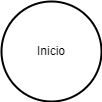
Before: unidad-1/tareas/Tarea3/images/diagrama-tarea3-06.png, a diagram exported from draw.io (mackstm/programacion). Source tidied: cells renumbered, new cells last; positions are measured from the earlier drawing's top-left corner, leaving out a move shared by most shapes. The source it was exported from:
```xml
<mxGraphModel>
  <root>
    <mxCell id="0" />
    <mxCell id="1" parent="0" />
    <mxCell id="2" value="Inicio" style="strokeWidth=2;html=1;shape=mxgraph.flowchart.start_2;whiteSpace=wrap;" parent="1" vertex="1">
      <mxGeometry width="100" height="100" as="geometry" />
    </mxCell>
  </root>
</mxGraphModel>
```
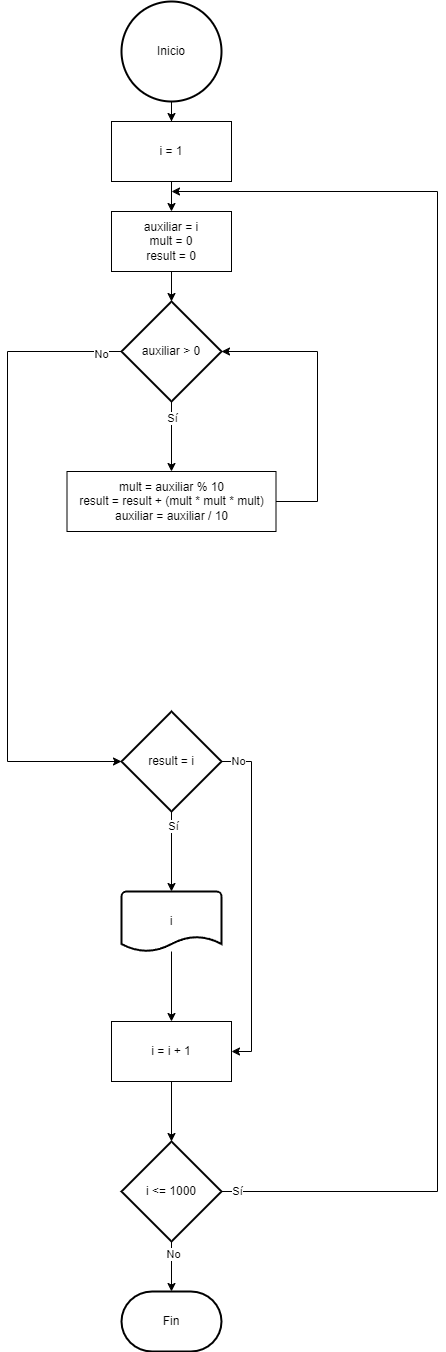
The same file after the commit.

The edit, as a diff of the source:
```diff
@@ -2,8 +2,105 @@
   <root>
     <mxCell id="0" />
     <mxCell id="1" parent="0" />
+    <mxCell id="3" style="edgeStyle=orthogonalEdgeStyle;rounded=0;jettySize=auto;html=1;entryX=0.5;entryY=0;entryDx=0;entryDy=0;" parent="1" edge="1" source="26" target="4">
+      <mxGeometry relative="1" as="geometry" />
+    </mxCell>
     <mxCell id="2" value="Inicio" style="strokeWidth=2;html=1;shape=mxgraph.flowchart.start_2;whiteSpace=wrap;" parent="1" vertex="1">
       <mxGeometry width="100" height="100" as="geometry" />
     </mxCell>
+    <mxCell id="4" value="auxiliar = i&lt;br&gt;mult = 0&lt;br&gt;result = 0" style="rounded=0;whiteSpace=wrap;html=1;" parent="1" vertex="1">
+      <mxGeometry x="-10" y="210" width="120" height="60" as="geometry" />
+    </mxCell>
+    <mxCell id="5" style="edgeStyle=orthogonalEdgeStyle;rounded=0;jettySize=auto;html=1;exitX=0;exitY=0.5;exitDx=0;exitDy=0;exitPerimeter=0;entryX=0;entryY=0.5;entryDx=0;entryDy=0;entryPerimeter=0;" parent="1" edge="1" source="9" target="13">
+      <mxGeometry relative="1" as="geometry">
+        <Array as="points">
+          <mxPoint x="-114" y="350" />
+          <mxPoint x="-114" y="760" />
+        </Array>
+      </mxGeometry>
+    </mxCell>
+    <mxCell id="6" value="No" style="edgeLabel;html=1;align=center;verticalAlign=middle;" parent="5" vertex="1">
+      <mxGeometry x="-0.94" y="2" relative="1" as="geometry" />
+    </mxCell>
+    <mxCell id="7" style="edgeStyle=orthogonalEdgeStyle;rounded=0;jettySize=auto;html=1;entryX=0.5;entryY=0;entryDx=0;entryDy=0;" parent="1" edge="1" source="9" target="14">
+      <mxGeometry relative="1" as="geometry" />
+    </mxCell>
+    <mxCell id="8" value="Sí" style="edgeLabel;html=1;align=center;verticalAlign=middle;" parent="7" vertex="1">
+      <mxGeometry x="-0.53" relative="1" as="geometry" />
+    </mxCell>
+    <mxCell id="9" value="auxiliar &amp;gt; 0" style="strokeWidth=2;html=1;shape=mxgraph.flowchart.decision;whiteSpace=wrap;" parent="1" vertex="1">
+      <mxGeometry y="300" width="100" height="100" as="geometry" />
+    </mxCell>
+    <mxCell id="10" style="edgeStyle=orthogonalEdgeStyle;rounded=0;jettySize=auto;html=1;entryX=0.5;entryY=0;entryDx=0;entryDy=0;entryPerimeter=0;" parent="1" edge="1" source="4" target="9">
+      <mxGeometry relative="1" as="geometry" />
+    </mxCell>
+    <mxCell id="11" style="edgeStyle=orthogonalEdgeStyle;rounded=0;jettySize=auto;html=1;exitX=1;exitY=0.5;exitDx=0;exitDy=0;exitPerimeter=0;entryX=1;entryY=0.5;entryDx=0;entryDy=0;" parent="1" edge="1" source="13" target="16">
+      <mxGeometry relative="1" as="geometry" />
+    </mxCell>
+    <mxCell id="12" value="No" style="edgeLabel;html=1;align=center;verticalAlign=middle;" parent="11" vertex="1">
+      <mxGeometry x="-0.91" y="1" relative="1" as="geometry" />
+    </mxCell>
+    <mxCell id="13" value="result = i" style="strokeWidth=2;html=1;shape=mxgraph.flowchart.decision;whiteSpace=wrap;" parent="1" vertex="1">
+      <mxGeometry y="710" width="100" height="100" as="geometry" />
+    </mxCell>
+    <mxCell id="14" value="mult = auxiliar % 10&lt;br&gt;result =&amp;nbsp;result + (mult * mult * mult)&lt;br&gt;auxiliar = auxiliar / 10" style="rounded=0;whiteSpace=wrap;html=1;" parent="1" vertex="1">
+      <mxGeometry x="-54.5" y="470" width="209" height="60" as="geometry" />
+    </mxCell>
+    <mxCell id="15" style="edgeStyle=orthogonalEdgeStyle;rounded=0;jettySize=auto;html=1;entryX=1;entryY=0.5;entryDx=0;entryDy=0;entryPerimeter=0;exitX=1;exitY=0.5;exitDx=0;exitDy=0;" parent="1" edge="1" source="14" target="9">
+      <mxGeometry relative="1" as="geometry">
+        <Array as="points">
+          <mxPoint x="196" y="500" />
+          <mxPoint x="196" y="350" />
+        </Array>
+      </mxGeometry>
+    </mxCell>
+    <mxCell id="16" value="i = i + 1" style="rounded=0;whiteSpace=wrap;html=1;" parent="1" vertex="1">
+      <mxGeometry x="-10" y="1020" width="120" height="60" as="geometry" />
+    </mxCell>
+    <mxCell id="17" style="edgeStyle=orthogonalEdgeStyle;rounded=0;jettySize=auto;html=1;entryX=0.5;entryY=0;entryDx=0;entryDy=0;" parent="1" edge="1" source="18" target="16">
+      <mxGeometry relative="1" as="geometry" />
+    </mxCell>
+    <mxCell id="18" value="i" style="strokeWidth=2;html=1;shape=mxgraph.flowchart.document2;whiteSpace=wrap;size=0.25;" parent="1" vertex="1">
+      <mxGeometry y="890" width="100" height="60" as="geometry" />
+    </mxCell>
+    <mxCell id="19" style="edgeStyle=orthogonalEdgeStyle;rounded=0;jettySize=auto;html=1;entryX=0.5;entryY=0;entryDx=0;entryDy=0;entryPerimeter=0;" parent="1" edge="1" source="13" target="18">
+      <mxGeometry relative="1" as="geometry" />
+    </mxCell>
+    <mxCell id="20" value="Sí" style="edgeLabel;html=1;align=center;verticalAlign=middle;" parent="19" vertex="1">
+      <mxGeometry x="-0.64" y="1" relative="1" as="geometry" />
+    </mxCell>
+    <mxCell id="21" style="edgeStyle=orthogonalEdgeStyle;rounded=0;jettySize=auto;html=1;exitX=1;exitY=0.5;exitDx=0;exitDy=0;exitPerimeter=0;" parent="1" edge="1" source="23">
+      <mxGeometry relative="1" as="geometry">
+        <mxPoint x="50" y="190" as="targetPoint" />
+        <Array as="points">
+          <mxPoint x="316" y="1190" />
+          <mxPoint x="316" y="190" />
+        </Array>
+      </mxGeometry>
+    </mxCell>
+    <mxCell id="22" value="Sí" style="edgeLabel;html=1;align=center;verticalAlign=middle;" parent="21" vertex="1">
+      <mxGeometry x="-0.98" y="1" relative="1" as="geometry" />
+    </mxCell>
+    <mxCell id="23" value="i &amp;lt;= 1000" style="strokeWidth=2;html=1;shape=mxgraph.flowchart.decision;whiteSpace=wrap;" parent="1" vertex="1">
+      <mxGeometry y="1140" width="100" height="100" as="geometry" />
+    </mxCell>
+    <mxCell id="24" style="edgeStyle=orthogonalEdgeStyle;rounded=0;jettySize=auto;html=1;entryX=0.5;entryY=0;entryDx=0;entryDy=0;entryPerimeter=0;" parent="1" edge="1" source="16" target="23">
+      <mxGeometry relative="1" as="geometry" />
+    </mxCell>
+    <mxCell id="25" style="edgeStyle=orthogonalEdgeStyle;rounded=0;jettySize=auto;html=1;entryX=0.5;entryY=0;entryDx=0;entryDy=0;" parent="1" edge="1" source="2" target="26">
+      <mxGeometry relative="1" as="geometry" />
+    </mxCell>
+    <mxCell id="26" value="i = 1" style="rounded=0;whiteSpace=wrap;html=1;" parent="1" vertex="1">
+      <mxGeometry x="-10" y="120" width="120" height="60" as="geometry" />
+    </mxCell>
+    <mxCell id="27" value="Fin" style="strokeWidth=2;html=1;shape=mxgraph.flowchart.terminator;whiteSpace=wrap;" parent="1" vertex="1">
+      <mxGeometry y="1290" width="100" height="60" as="geometry" />
+    </mxCell>
+    <mxCell id="28" style="edgeStyle=orthogonalEdgeStyle;rounded=0;jettySize=auto;html=1;entryX=0.5;entryY=0;entryDx=0;entryDy=0;entryPerimeter=0;" parent="1" edge="1" source="23" target="27">
+      <mxGeometry relative="1" as="geometry" />
+    </mxCell>
+    <mxCell id="29" value="No" style="edgeLabel;html=1;align=center;verticalAlign=middle;" parent="28" vertex="1">
+      <mxGeometry x="-0.5" y="1" relative="1" as="geometry" />
+    </mxCell>
   </root>
 </mxGraphModel>
```
